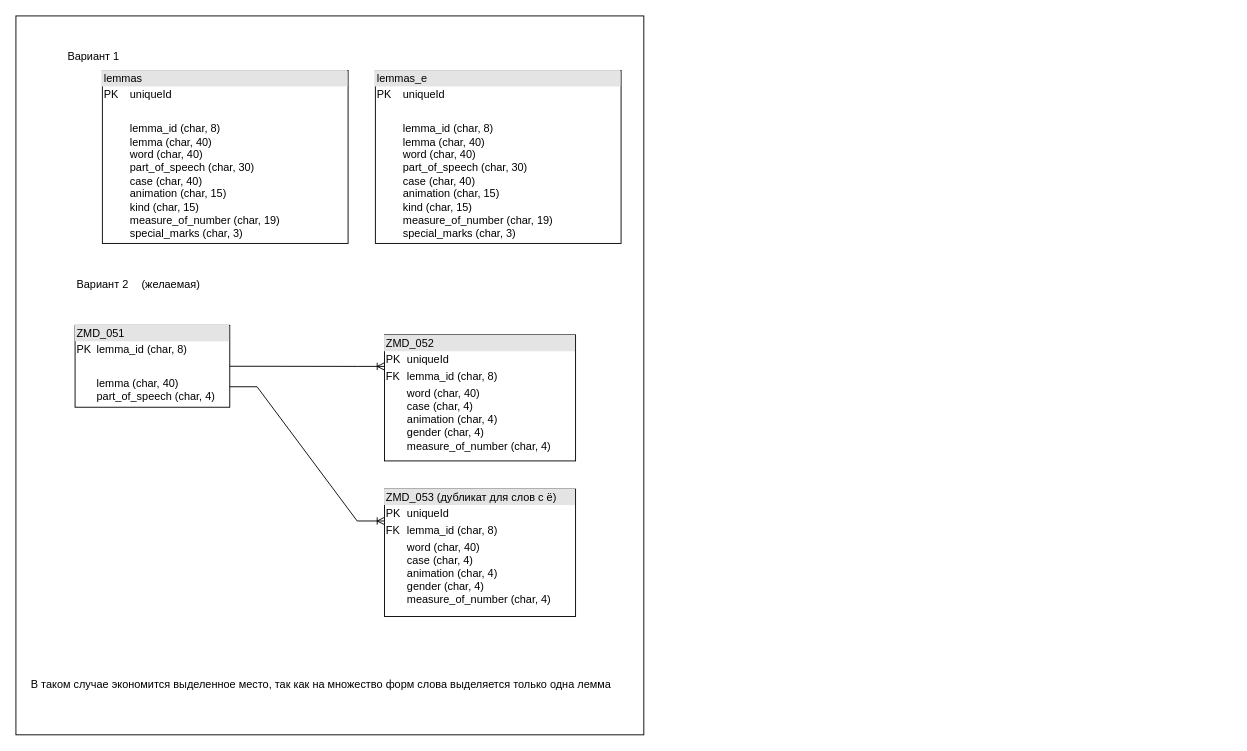
Before: Schema_Table.drawio in vdhudenkih/Diagrams, a draw.io diagram. Source tidied: cells renumbered, new cells numbered last; positions are measured from the earlier drawing's top-left corner, leaving out a move shared by most shapes. Both pictures are drawn from the tidied source at 91%, with x=0, y=0 at pixel (15, 15).
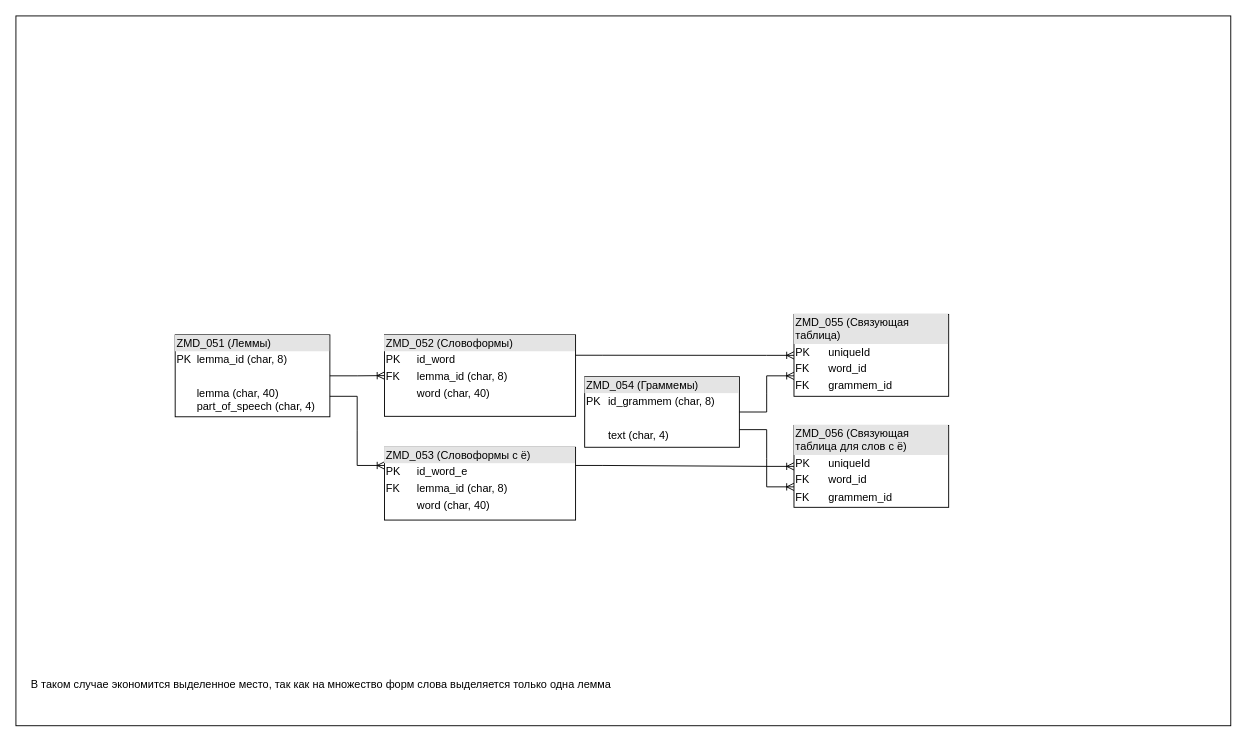
After the change.

The edit, as a diff of the source:
```diff
@@
 <mxGraphModel>
   <root>
     <mxCell id="0" />
     <mxCell id="1" parent="0" />
     <mxCell id="2" style="rounded=0;whiteSpace=wrap;html=1;" parent="1" vertex="1">
-      <mxGeometry width="690" height="790" as="geometry" />
+      <mxGeometry width="1335" height="780" as="geometry" />
     </mxCell>
-    <mxCell id="3" value="&lt;div style=&quot;box-sizing: border-box; width: 100%; background: rgb(228, 228, 228); padding: 2px;&quot;&gt;lemmas&lt;/div&gt;&lt;table style=&quot;width:100%;font-size:1em;&quot; cellpadding=&quot;2&quot; cellspacing=&quot;0&quot;&gt;&lt;tbody&gt;&lt;tr&gt;&lt;td&gt;PK&lt;/td&gt;&lt;td&gt;uniqueId&amp;nbsp;&lt;/td&gt;&lt;/tr&gt;&lt;tr&gt;&lt;td&gt;&lt;br&gt;&lt;/td&gt;&lt;td&gt;&lt;br&gt;&lt;/td&gt;&lt;/tr&gt;&lt;tr&gt;&lt;td&gt;&lt;/td&gt;&lt;td&gt;lemma_id (char, 8)&lt;br&gt;lemma (char, 40)&lt;br&gt;word (char, 40)&lt;br&gt;part_of_speech (char, 30)&lt;br&gt;case (char, 40)&lt;br&gt;animation (char, 15)&lt;br&gt;kind (char, 15)&lt;br&gt;measure_of_number (char, 19)&lt;br&gt;special_marks (char, 3)&lt;/td&gt;&lt;/tr&gt;&lt;/tbody&gt;&lt;/table&gt;" style="verticalAlign=top;align=left;overflow=fill;html=1;whiteSpace=wrap;" parent="1" vertex="1">
-      <mxGeometry x="95" y="60" width="270" height="190" as="geometry" />
-    </mxCell>
     <mxCell id="4" style="shape=tableRow;horizontal=0;startSize=0;swimlaneHead=0;swimlaneBody=0;fillColor=none;top=0;left=0;right=0;bottom=0;" parent="1" vertex="1">
       <mxGeometry x="125" y="490" width="180" height="35" as="geometry" />
     </mxCell>
     <mxCell id="5" style="shape=partialRectangle;fillColor=none;top=0;left=0;bottom=0;right=0;overflow=hidden;whiteSpace=wrap;html=1;" parent="4" vertex="1">
       <mxGeometry width="30" height="35" as="geometry" />
     </mxCell>
-    <mxCell id="6" value="Вариант 1" style="text;html=1;align=center;verticalAlign=middle;strokeColor=none;fillColor=none;" parent="1" vertex="1">
-      <mxGeometry x="45" y="30" width="80" height="30" as="geometry" />
-    </mxCell>
-    <mxCell id="7" value="Вариант 2" style="text;html=1;align=center;verticalAlign=middle;strokeColor=none;fillColor=none;" parent="1" vertex="1">
-      <mxGeometry x="55" y="280" width="80" height="30" as="geometry" />
-    </mxCell>
-    <mxCell id="8" value="&lt;div style=&quot;box-sizing: border-box; width: 100%; background: rgb(228, 228, 228); padding: 2px;&quot;&gt;ZMD_052&lt;/div&gt;&lt;table style=&quot;width:100%;font-size:1em;&quot; cellpadding=&quot;2&quot; cellspacing=&quot;0&quot;&gt;&lt;tbody&gt;&lt;tr&gt;&lt;td&gt;PK&lt;/td&gt;&lt;td&gt;uniqueId&amp;nbsp;&lt;/td&gt;&lt;/tr&gt;&lt;tr&gt;&lt;td&gt;FK&lt;/td&gt;&lt;td&gt;lemma_id (char, 8)&lt;/td&gt;&lt;/tr&gt;&lt;tr&gt;&lt;td&gt;&lt;/td&gt;&lt;td&gt;word (char, 40)&lt;br&gt;case (char, 4)&lt;br&gt;animation (char, 4)&lt;br&gt;gender (char, 4)&lt;br&gt;measure_of_number (char, 4)&lt;br&gt;&lt;/td&gt;&lt;/tr&gt;&lt;/tbody&gt;&lt;/table&gt;" style="verticalAlign=top;align=left;overflow=fill;html=1;whiteSpace=wrap;" parent="1" vertex="1">
-      <mxGeometry x="405" y="350.5" width="210" height="138.5" as="geometry" />
+    <mxCell id="8" value="&lt;div style=&quot;box-sizing: border-box; width: 100%; background: rgb(228, 228, 228); padding: 2px;&quot;&gt;ZMD_052 (Словоформы)&lt;/div&gt;&lt;table style=&quot;width:100%;font-size:1em;&quot; cellpadding=&quot;2&quot; cellspacing=&quot;0&quot;&gt;&lt;tbody&gt;&lt;tr&gt;&lt;td&gt;PK&lt;/td&gt;&lt;td&gt;id_word&lt;/td&gt;&lt;/tr&gt;&lt;tr&gt;&lt;td&gt;FK&lt;/td&gt;&lt;td&gt;lemma_id (char, 8)&lt;/td&gt;&lt;/tr&gt;&lt;tr&gt;&lt;td&gt;&lt;/td&gt;&lt;td&gt;word (char, 40)&lt;br&gt;&lt;br&gt;&lt;/td&gt;&lt;/tr&gt;&lt;/tbody&gt;&lt;/table&gt;" style="verticalAlign=top;align=left;overflow=fill;html=1;whiteSpace=wrap;" parent="1" vertex="1">
+      <mxGeometry x="405" y="350.5" width="210" height="89.5" as="geometry" />
     </mxCell>
-    <mxCell id="9" value="&lt;div style=&quot;box-sizing: border-box; width: 100%; background: rgb(228, 228, 228); padding: 2px;&quot;&gt;ZMD_051&lt;/div&gt;&lt;table style=&quot;width:100%;font-size:1em;&quot; cellpadding=&quot;2&quot; cellspacing=&quot;0&quot;&gt;&lt;tbody&gt;&lt;tr&gt;&lt;td&gt;PK&lt;/td&gt;&lt;td&gt;lemma_id (char, 8)&lt;/td&gt;&lt;/tr&gt;&lt;tr&gt;&lt;td&gt;&lt;br&gt;&lt;/td&gt;&lt;td&gt;&lt;br&gt;&lt;/td&gt;&lt;/tr&gt;&lt;tr&gt;&lt;td&gt;&lt;/td&gt;&lt;td&gt;lemma (char, 40)&lt;br&gt;part_of_speech (char, 4)&lt;/td&gt;&lt;/tr&gt;&lt;/tbody&gt;&lt;/table&gt;" style="verticalAlign=top;align=left;overflow=fill;html=1;whiteSpace=wrap;" parent="1" vertex="1">
-      <mxGeometry x="65" y="340" width="170" height="90" as="geometry" />
+    <mxCell id="9" value="&lt;div style=&quot;box-sizing: border-box; width: 100%; background: rgb(228, 228, 228); padding: 2px;&quot;&gt;ZMD_051 (Леммы)&lt;/div&gt;&lt;table style=&quot;width:100%;font-size:1em;&quot; cellpadding=&quot;2&quot; cellspacing=&quot;0&quot;&gt;&lt;tbody&gt;&lt;tr&gt;&lt;td&gt;PK&lt;/td&gt;&lt;td&gt;lemma_id (char, 8)&lt;/td&gt;&lt;/tr&gt;&lt;tr&gt;&lt;td&gt;&lt;br&gt;&lt;/td&gt;&lt;td&gt;&lt;br&gt;&lt;/td&gt;&lt;/tr&gt;&lt;tr&gt;&lt;td&gt;&lt;/td&gt;&lt;td&gt;lemma (char, 40)&lt;br&gt;part_of_speech (char, 4)&lt;/td&gt;&lt;/tr&gt;&lt;/tbody&gt;&lt;/table&gt;" style="verticalAlign=top;align=left;overflow=fill;html=1;whiteSpace=wrap;" parent="1" vertex="1">
+      <mxGeometry x="175" y="350.5" width="170" height="90" as="geometry" />
     </mxCell>
-    <mxCell id="10" style="edgeStyle=entityRelationEdgeStyle;fontSize=12;html=1;endArrow=ERoneToMany;rounded=0;exitX=1;exitY=0.5;exitDx=0;exitDy=0;entryX=0;entryY=0.25;entryDx=0;entryDy=0;" parent="1" edge="1" source="9" target="8">
+    <mxCell id="10" style="edgeStyle=entityRelationEdgeStyle;fontSize=12;html=1;endArrow=ERoneToMany;rounded=0;exitX=1;exitY=0.5;exitDx=0;exitDy=0;entryX=0;entryY=0.5;entryDx=0;entryDy=0;" parent="1" edge="1" source="9" target="8">
       <mxGeometry relative="1" as="geometry" />
     </mxCell>
     <mxCell id="11" value="В таком случае экономится выделенное место, так как на множество форм слова выделяется только одна лемма" style="text;html=1;align=center;verticalAlign=middle;strokeColor=none;fillColor=none;" parent="1" vertex="1">
       <mxGeometry x="5" y="720" width="660" height="30" as="geometry" />
     </mxCell>
     <mxCell id="12" style="edgeStyle=entityRelationEdgeStyle;fontSize=12;html=1;endArrow=ERoneToMany;rounded=0;exitX=1;exitY=0.75;exitDx=0;exitDy=0;entryX=0;entryY=0.25;entryDx=0;entryDy=0;" parent="1" edge="1" source="9" target="15">
       <mxGeometry relative="1" as="geometry" />
     </mxCell>
-    <mxCell id="13" value="&lt;div style=&quot;box-sizing: border-box; width: 100%; background: rgb(228, 228, 228); padding: 2px;&quot;&gt;lemmas_e&lt;/div&gt;&lt;table style=&quot;width:100%;font-size:1em;&quot; cellpadding=&quot;2&quot; cellspacing=&quot;0&quot;&gt;&lt;tbody&gt;&lt;tr&gt;&lt;td&gt;PK&lt;/td&gt;&lt;td&gt;uniqueId&amp;nbsp;&lt;/td&gt;&lt;/tr&gt;&lt;tr&gt;&lt;td&gt;&lt;br&gt;&lt;/td&gt;&lt;td&gt;&lt;br&gt;&lt;/td&gt;&lt;/tr&gt;&lt;tr&gt;&lt;td&gt;&lt;/td&gt;&lt;td&gt;lemma_id (char, 8)&lt;br&gt;lemma (char, 40)&lt;br&gt;word (char, 40)&lt;br&gt;part_of_speech (char, 30)&lt;br&gt;case (char, 40)&lt;br&gt;animation (char, 15)&lt;br&gt;kind (char, 15)&lt;br&gt;measure_of_number (char, 19)&lt;br&gt;special_marks (char, 3)&lt;/td&gt;&lt;/tr&gt;&lt;/tbody&gt;&lt;/table&gt;" style="verticalAlign=top;align=left;overflow=fill;html=1;whiteSpace=wrap;" parent="1" vertex="1">
-      <mxGeometry x="395" y="60" width="270" height="190" as="geometry" />
-    </mxCell>
-    <mxCell id="14" value="(желаемая)" style="text;html=1;align=center;verticalAlign=middle;strokeColor=none;fillColor=none;" parent="1" vertex="1">
-      <mxGeometry x="125" y="280" width="90" height="30" as="geometry" />
-    </mxCell>
-    <mxCell id="15" value="&lt;div style=&quot;box-sizing: border-box; width: 100%; background: rgb(228, 228, 228); padding: 2px;&quot;&gt;ZMD_053 (дубликат для слов с ё)&lt;/div&gt;&lt;table style=&quot;width:100%;font-size:1em;&quot; cellpadding=&quot;2&quot; cellspacing=&quot;0&quot;&gt;&lt;tbody&gt;&lt;tr&gt;&lt;td&gt;PK&lt;/td&gt;&lt;td&gt;uniqueId&amp;nbsp;&lt;/td&gt;&lt;/tr&gt;&lt;tr&gt;&lt;td&gt;FK&lt;/td&gt;&lt;td&gt;lemma_id (char, 8)&lt;/td&gt;&lt;/tr&gt;&lt;tr&gt;&lt;td&gt;&lt;/td&gt;&lt;td&gt;word (char, 40)&lt;br&gt;case (char, 4)&lt;br&gt;animation (char, 4)&lt;br&gt;gender (char, 4)&lt;br&gt;measure_of_number (char, 4)&lt;br&gt;&lt;/td&gt;&lt;/tr&gt;&lt;/tbody&gt;&lt;/table&gt;" style="verticalAlign=top;align=left;overflow=fill;html=1;whiteSpace=wrap;" parent="1" vertex="1">
-      <mxGeometry x="405" y="520" width="210" height="140" as="geometry" />
+    <mxCell id="15" value="&lt;div style=&quot;box-sizing: border-box; width: 100%; background: rgb(228, 228, 228); padding: 2px;&quot;&gt;ZMD_053 (Словоформы с ё)&lt;/div&gt;&lt;table style=&quot;width:100%;font-size:1em;&quot; cellpadding=&quot;2&quot; cellspacing=&quot;0&quot;&gt;&lt;tbody&gt;&lt;tr&gt;&lt;td&gt;PK&lt;/td&gt;&lt;td&gt;id_word_e&lt;/td&gt;&lt;/tr&gt;&lt;tr&gt;&lt;td&gt;FK&lt;/td&gt;&lt;td&gt;lemma_id (char, 8)&lt;/td&gt;&lt;/tr&gt;&lt;tr&gt;&lt;td&gt;&lt;/td&gt;&lt;td&gt;word (char, 40)&lt;br&gt;&lt;br&gt;&lt;/td&gt;&lt;/tr&gt;&lt;/tbody&gt;&lt;/table&gt;" style="verticalAlign=top;align=left;overflow=fill;html=1;whiteSpace=wrap;" parent="1" vertex="1">
+      <mxGeometry x="405" y="474" width="210" height="80" as="geometry" />
     </mxCell>
+    <mxCell id="16" value="&lt;div style=&quot;box-sizing: border-box; width: 100%; background: rgb(228, 228, 228); padding: 2px;&quot;&gt;ZMD_054 (Граммемы)&lt;/div&gt;&lt;table style=&quot;width:100%;font-size:1em;&quot; cellpadding=&quot;2&quot; cellspacing=&quot;0&quot;&gt;&lt;tbody&gt;&lt;tr&gt;&lt;td&gt;PK&lt;/td&gt;&lt;td&gt;id_grammem (char, 8)&lt;/td&gt;&lt;/tr&gt;&lt;tr&gt;&lt;td&gt;&lt;br&gt;&lt;/td&gt;&lt;td&gt;&lt;br&gt;&lt;/td&gt;&lt;/tr&gt;&lt;tr&gt;&lt;td&gt;&lt;br&gt;&lt;/td&gt;&lt;td&gt;text (char, 4)&lt;br&gt;&lt;br&gt;&lt;/td&gt;&lt;/tr&gt;&lt;/tbody&gt;&lt;/table&gt;" style="verticalAlign=top;align=left;overflow=fill;html=1;whiteSpace=wrap;" parent="1" vertex="1">
+      <mxGeometry x="625" y="396.5" width="170" height="77.5" as="geometry" />
+    </mxCell>
+    <mxCell id="17" value="&lt;div style=&quot;box-sizing: border-box; width: 100%; background: rgb(228, 228, 228); padding: 2px;&quot;&gt;ZMD_055 (Связующая таблица)&lt;/div&gt;&lt;table style=&quot;width:100%;font-size:1em;&quot; cellpadding=&quot;2&quot; cellspacing=&quot;0&quot;&gt;&lt;tbody&gt;&lt;tr&gt;&lt;td&gt;PK&lt;/td&gt;&lt;td&gt;uniqueId&amp;nbsp;&lt;/td&gt;&lt;/tr&gt;&lt;tr&gt;&lt;td&gt;FK&lt;/td&gt;&lt;td&gt;word_id&lt;/td&gt;&lt;/tr&gt;&lt;tr&gt;&lt;td&gt;FK&lt;/td&gt;&lt;td&gt;grammem_id&lt;/td&gt;&lt;/tr&gt;&lt;/tbody&gt;&lt;/table&gt;" style="verticalAlign=top;align=left;overflow=fill;html=1;whiteSpace=wrap;" parent="1" vertex="1">
+      <mxGeometry x="855" y="328" width="170" height="90" as="geometry" />
+    </mxCell>
+    <mxCell id="18" value="&lt;div style=&quot;box-sizing: border-box; width: 100%; background: rgb(228, 228, 228); padding: 2px;&quot;&gt;ZMD_056 (Связующая таблица для слов с ё)&lt;/div&gt;&lt;table style=&quot;width:100%;font-size:1em;&quot; cellpadding=&quot;2&quot; cellspacing=&quot;0&quot;&gt;&lt;tbody&gt;&lt;tr&gt;&lt;td&gt;PK&lt;/td&gt;&lt;td&gt;uniqueId&amp;nbsp;&lt;/td&gt;&lt;/tr&gt;&lt;tr&gt;&lt;td&gt;FK&lt;/td&gt;&lt;td&gt;word_id&lt;/td&gt;&lt;/tr&gt;&lt;tr&gt;&lt;td&gt;FK&lt;/td&gt;&lt;td&gt;grammem_id&lt;/td&gt;&lt;/tr&gt;&lt;/tbody&gt;&lt;/table&gt;" style="verticalAlign=top;align=left;overflow=fill;html=1;whiteSpace=wrap;" parent="1" vertex="1">
+      <mxGeometry x="855" y="450" width="170" height="90" as="geometry" />
+    </mxCell>
+    <mxCell id="19" style="edgeStyle=entityRelationEdgeStyle;fontSize=12;html=1;endArrow=ERoneToMany;rounded=0;exitX=1;exitY=0.25;exitDx=0;exitDy=0;entryX=0;entryY=0.5;entryDx=0;entryDy=0;" parent="1" edge="1" source="8" target="17">
+      <mxGeometry relative="1" as="geometry" />
+    </mxCell>
+    <mxCell id="20" style="edgeStyle=entityRelationEdgeStyle;fontSize=12;html=1;endArrow=ERoneToMany;rounded=0;exitX=1;exitY=0.25;exitDx=0;exitDy=0;entryX=0;entryY=0.5;entryDx=0;entryDy=0;" parent="1" edge="1" source="15" target="18">
+      <mxGeometry relative="1" as="geometry" />
+    </mxCell>
+    <mxCell id="21" style="edgeStyle=entityRelationEdgeStyle;fontSize=12;html=1;endArrow=ERoneToMany;rounded=0;exitX=1;exitY=0.75;exitDx=0;exitDy=0;entryX=0;entryY=0.75;entryDx=0;entryDy=0;" parent="1" edge="1" source="16" target="18">
+      <mxGeometry relative="1" as="geometry" />
+    </mxCell>
+    <mxCell id="22" style="edgeStyle=entityRelationEdgeStyle;fontSize=12;html=1;endArrow=ERoneToMany;rounded=0;exitX=1;exitY=0.5;exitDx=0;exitDy=0;entryX=0;entryY=0.75;entryDx=0;entryDy=0;" parent="1" edge="1" source="16" target="17">
+      <mxGeometry relative="1" as="geometry" />
+    </mxCell>
   </root>
 </mxGraphModel>
```
